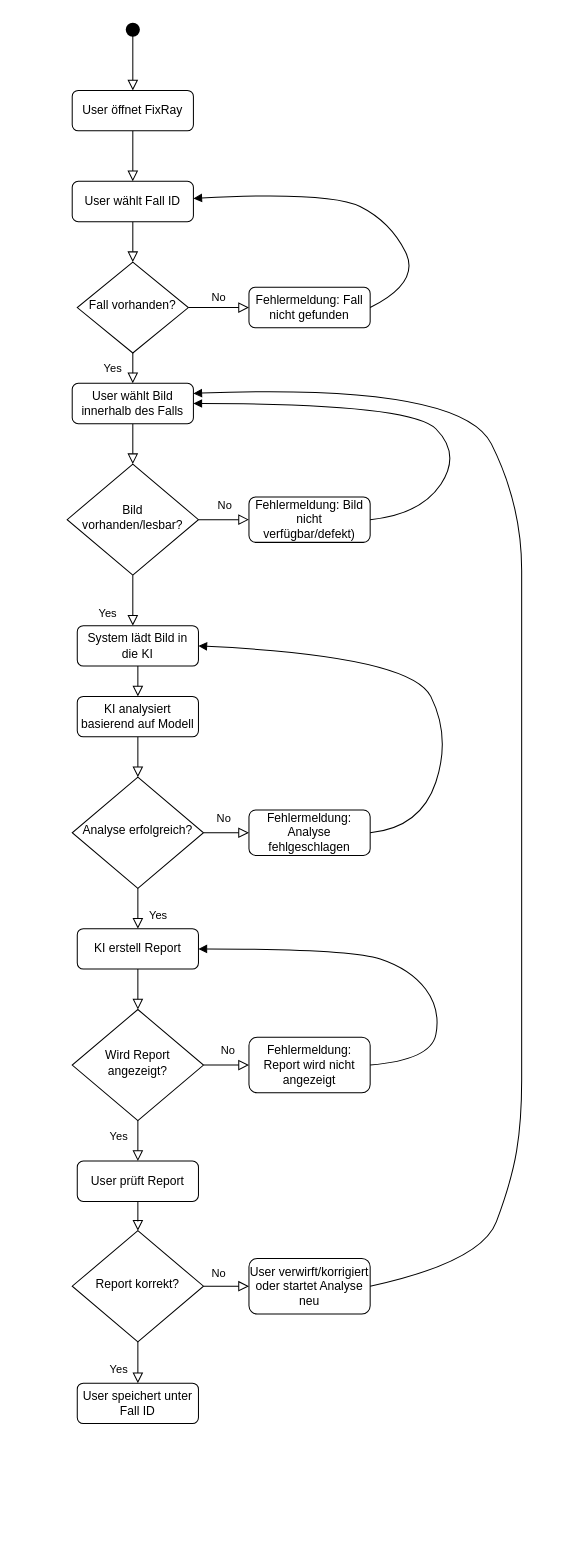
Before: docs/Diagramme/Aktivitätsdiagramm.drawio in NadineLoosli/FixRay, a draw.io diagram. Source tidied: cells renumbered, new cells numbered last; positions are measured from the earlier drawing's top-left corner, leaving out a move shared by most shapes. Both pictures are drawn from the tidied source at 101%, with x=0, y=0 at pixel (67, 19).
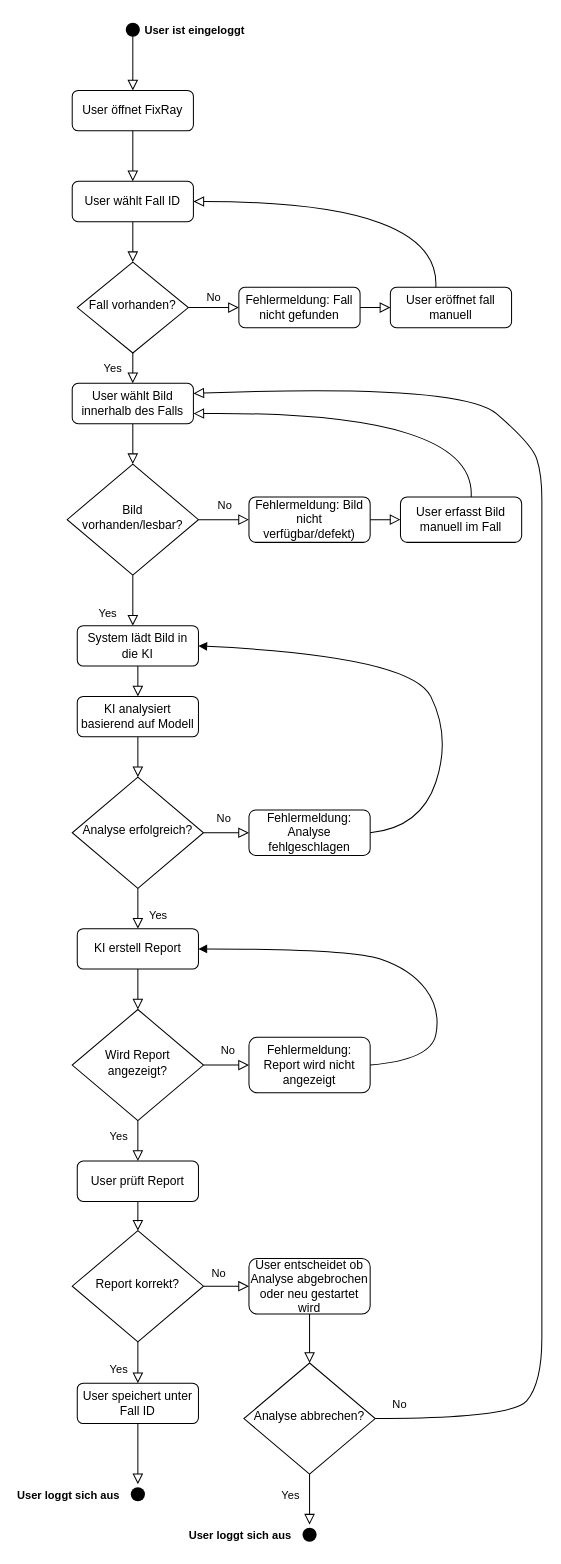
Above is the later version.

The change refers to these unchanged cells:
```xml
<mxCell id="3" value="User wählt Fall ID" style="rounded=1;whiteSpace=wrap;html=1;fontSize=12;glass=0;strokeWidth=1;shadow=0;" parent="1" vertex="1">
  <mxGeometry x="5" y="160" width="120" height="40" as="geometry" />
</mxCell>
<mxCell id="11" value="Fehlermeldung: Bild nicht verfügbar/defekt)" style="rounded=1;whiteSpace=wrap;html=1;fontSize=12;glass=0;strokeWidth=1;shadow=0;" parent="1" vertex="1">
  <mxGeometry x="180" y="472.5" width="120" height="45" as="geometry" />
</mxCell>
<mxCell id="14" value="User wählt Bild innerhalb des Falls" style="rounded=1;whiteSpace=wrap;html=1;fontSize=12;glass=0;strokeWidth=1;shadow=0;" parent="1" vertex="1">
  <mxGeometry x="5" y="360" width="120" height="40" as="geometry" />
</mxCell>
<mxCell id="25" style="edgeStyle=orthogonalEdgeStyle;rounded=0;jettySize=auto;html=1;endArrow=block;endFill=0;endSize=8;startSize=8;" parent="1" edge="1" source="26" target="28">
  <mxGeometry relative="1" as="geometry" />
</mxCell>
<mxCell id="38" value="User speichert unter Fall ID" style="rounded=1;whiteSpace=wrap;html=1;fontSize=12;glass=0;strokeWidth=1;shadow=0;" parent="1" vertex="1">
  <mxGeometry x="10" y="1350" width="120" height="40" as="geometry" />
</mxCell>
```

The edit, as a diff of the source:
```diff
@@
+    <mxCell id="50" style="edgeStyle=orthogonalEdgeStyle;rounded=0;jettySize=auto;html=1;endArrow=block;endFill=0;startSize=8;endSize=8;" parent="1" edge="1" source="7" target="57">
+      <mxGeometry relative="1" as="geometry" />
+    </mxCell>
     <mxCell id="7" value="Fehlermeldung: Fall nicht gefunden" style="rounded=1;whiteSpace=wrap;html=1;fontSize=12;glass=0;strokeWidth=1;shadow=0;" parent="1" vertex="1">
-      <mxGeometry x="180" y="265" width="120" height="40" as="geometry" />
+      <mxGeometry x="170" y="265" width="120" height="40" as="geometry" />
     </mxCell>
@@
+    <mxCell id="51" style="edgeStyle=orthogonalEdgeStyle;rounded=0;jettySize=auto;html=1;endArrow=block;endFill=0;startSize=8;endSize=8;" parent="1" edge="1" source="11" target="59">
+      <mxGeometry relative="1" as="geometry" />
+    </mxCell>
@@
-    <mxCell id="12" style="curved=1;startArrow=none;endArrow=block;exitX=1;exitY=0.5;exitDx=0;exitDy=0;" parent="1" edge="1" source="7" target="3">
-      <mxGeometry x="-0.02" y="-25" relative="1" as="geometry">
-        <Array as="points">
-          <mxPoint x="350" y="260" />
-          <mxPoint x="320" y="200" />
-          <mxPoint x="260" y="170" />
-        </Array>
-      </mxGeometry>
-    </mxCell>
@@
-    <mxCell id="18" style="curved=1;startArrow=none;endArrow=block;exitX=1;exitY=0.5;exitDx=0;exitDy=0;entryX=1;entryY=0.5;entryDx=0;entryDy=0;" parent="1" edge="1" source="11" target="14">
-      <mxGeometry x="-0.02" y="-25" relative="1" as="geometry">
-        <Array as="points">
-          <mxPoint x="350" y="490" />
-          <mxPoint x="390" y="430" />
-          <mxPoint x="340" y="380" />
-        </Array>
-      </mxGeometry>
-    </mxCell>
@@
+    <mxCell id="52" value="User ist eingeloggt" style="edgeLabel;html=1;align=center;verticalAlign=middle;fontStyle=1;" parent="25" vertex="1">
+      <mxGeometry x="-0.29" y="1" relative="1" as="geometry">
+        <mxPoint x="59" y="-21" as="offset" />
+      </mxGeometry>
+    </mxCell>
@@
+    <mxCell id="53" style="edgeStyle=orthogonalEdgeStyle;rounded=0;jettySize=auto;html=1;endArrow=block;endFill=0;startSize=8;endSize=8;" parent="1" edge="1" source="38">
+      <mxGeometry relative="1" as="geometry">
+        <mxPoint x="70" y="1450" as="targetPoint" />
+      </mxGeometry>
+    </mxCell>
+    <mxCell id="54" value="User loggt sich aus" style="edgeLabel;html=1;align=center;verticalAlign=middle;fontStyle=1;" parent="53" vertex="1">
+      <mxGeometry x="0.31" y="2" relative="1" as="geometry">
+        <mxPoint x="-72" y="31" as="offset" />
+      </mxGeometry>
+    </mxCell>
@@
+    <mxCell id="55" style="edgeStyle=orthogonalEdgeStyle;rounded=0;jettySize=auto;html=1;endArrow=block;endFill=0;startSize=8;endSize=8;" parent="1" edge="1" source="48" target="64">
+      <mxGeometry relative="1" as="geometry" />
+    </mxCell>
-    <mxCell id="48" value="User verwirft/korrigiert oder startet Analyse neu" style="rounded=1;whiteSpace=wrap;html=1;fontSize=12;glass=0;strokeWidth=1;shadow=0;" parent="1" vertex="1">
+    <mxCell id="48" value="User entscheidet ob Analyse abgebrochen oder neu gestartet wird" style="rounded=1;whiteSpace=wrap;html=1;fontSize=12;glass=0;strokeWidth=1;shadow=0;" parent="1" vertex="1">
       <mxGeometry x="180" y="1226.5" width="120" height="55" as="geometry" />
     </mxCell>
-    <mxCell id="49" style="curved=1;startArrow=none;endArrow=block;exitX=1;exitY=0.5;exitDx=0;exitDy=0;entryX=1;entryY=0.25;entryDx=0;entryDy=0;" parent="1" edge="1" source="48" target="14">
+    <mxCell id="49" style="curved=1;startArrow=none;endArrow=block;entryX=1;entryY=0.25;entryDx=0;entryDy=0;endFill=0;startSize=8;endSize=8;exitX=1;exitY=0.5;exitDx=0;exitDy=0;" parent="1" edge="1" source="64" target="14">
       <mxGeometry x="-0.02" y="-25" relative="1" as="geometry">
         <Array as="points">
-          <mxPoint x="410" y="1230" />
-          <mxPoint x="440" y="1150" />
-          <mxPoint x="450" y="1090" />
-          <mxPoint x="450" y="1010" />
-          <mxPoint x="450" y="750" />
-          <mxPoint x="450" y="610" />
-          <mxPoint x="450" y="480" />
+          <mxPoint x="440" y="1385" />
+          <mxPoint x="470" y="1350" />
+          <mxPoint x="470" y="1260" />
+          <mxPoint x="470" y="1160" />
+          <mxPoint x="470" y="1100" />
+          <mxPoint x="470" y="1030" />
+          <mxPoint x="470" y="540" />
+          <mxPoint x="470" y="500" />
+          <mxPoint x="470" y="450" />
+          <mxPoint x="460" y="420" />
           <mxPoint x="390" y="360" />
         </Array>
       </mxGeometry>
     </mxCell>
+    <mxCell id="56" value="No" style="edgeLabel;html=1;align=center;verticalAlign=middle;" parent="49" vertex="1">
+      <mxGeometry x="-0.95" y="1" relative="1" as="geometry">
+        <mxPoint x="-14" y="-14" as="offset" />
+      </mxGeometry>
+    </mxCell>
+    <mxCell id="57" value="User eröffnet fall manuell" style="rounded=1;whiteSpace=wrap;html=1;fontSize=12;glass=0;strokeWidth=1;shadow=0;" parent="1" vertex="1">
+      <mxGeometry x="320" y="265" width="120" height="40" as="geometry" />
+    </mxCell>
+    <mxCell id="58" style="curved=1;startArrow=none;endArrow=block;exitX=1;exitY=0.5;exitDx=0;exitDy=0;entryX=1;entryY=0.5;entryDx=0;entryDy=0;endFill=0;startSize=8;endSize=8;" parent="1" edge="1" target="3">
+      <mxGeometry x="-0.02" y="-25" relative="1" as="geometry">
+        <mxPoint x="365" y="265" as="sourcePoint" />
+        <Array as="points">
+          <mxPoint x="370" y="180" />
+        </Array>
+      </mxGeometry>
+    </mxCell>
+    <mxCell id="59" value="User erfasst Bild manuell im Fall" style="rounded=1;whiteSpace=wrap;html=1;fontSize=12;glass=0;strokeWidth=1;shadow=0;" parent="1" vertex="1">
+      <mxGeometry x="330" y="472.5" width="120" height="45" as="geometry" />
+    </mxCell>
+    <mxCell id="60" style="curved=1;startArrow=none;endArrow=block;exitX=1;exitY=0.5;exitDx=0;exitDy=0;entryX=1;entryY=0.75;entryDx=0;entryDy=0;startSize=8;endSize=8;endFill=0;" parent="1" edge="1" target="14">
+      <mxGeometry x="-0.02" y="-25" relative="1" as="geometry">
+        <mxPoint x="400" y="472.5" as="sourcePoint" />
+        <Array as="points">
+          <mxPoint x="405" y="387.5" />
+        </Array>
+      </mxGeometry>
+    </mxCell>
+    <mxCell id="61" style="edgeStyle=orthogonalEdgeStyle;rounded=0;jettySize=auto;html=1;startSize=8;endSize=8;endArrow=block;endFill=0;" parent="1" edge="1" source="64">
+      <mxGeometry relative="1" as="geometry">
+        <mxPoint x="240" y="1490" as="targetPoint" />
+      </mxGeometry>
+    </mxCell>
+    <mxCell id="62" value="Yes" style="edgeLabel;html=1;align=center;verticalAlign=middle;" parent="61" vertex="1">
+      <mxGeometry x="-0.45" y="4" relative="1" as="geometry">
+        <mxPoint x="-24" y="6" as="offset" />
+      </mxGeometry>
+    </mxCell>
+    <mxCell id="63" value="User loggt sich aus" style="edgeLabel;html=1;align=center;verticalAlign=middle;fontStyle=1;" parent="61" vertex="1">
+      <mxGeometry x="0.3" y="3" relative="1" as="geometry">
+        <mxPoint x="-73" y="28" as="offset" />
+      </mxGeometry>
+    </mxCell>
+    <mxCell id="64" value="Analyse abbrechen?" style="rhombus;whiteSpace=wrap;html=1;shadow=0;fontFamily=Helvetica;fontSize=12;align=center;strokeWidth=1;spacing=6;spacingTop=-4;" parent="1" vertex="1">
+      <mxGeometry x="175" y="1330" width="130" height="110" as="geometry" />
+    </mxCell>
+    <mxCell id="65" style="shape=waypoint;sketch=0;fillStyle=solid;size=6;fillColor=none;perimeter=centerPerimeter;strokeWidth=5;" parent="1" vertex="1">
+      <mxGeometry x="60" y="1450" width="20" height="20" as="geometry" />
+    </mxCell>
+    <mxCell id="66" style="shape=waypoint;sketch=0;fillStyle=solid;size=6;fillColor=none;perimeter=centerPerimeter;strokeWidth=5;" parent="1" vertex="1">
+      <mxGeometry x="230" y="1490" width="20" height="20" as="geometry" />
+    </mxCell>
```
